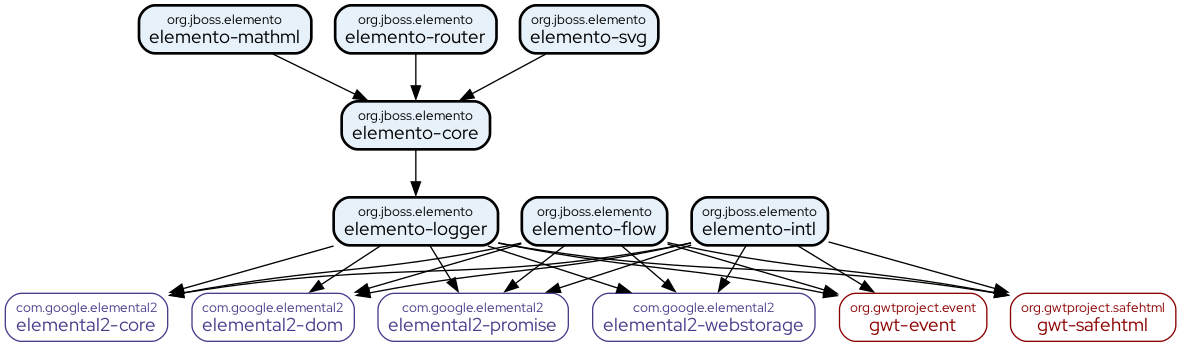
The Graphviz diagram dependency-graph.png in hal/elemento, before a commit. Its source is kept beside it as dependency-graph.dot.
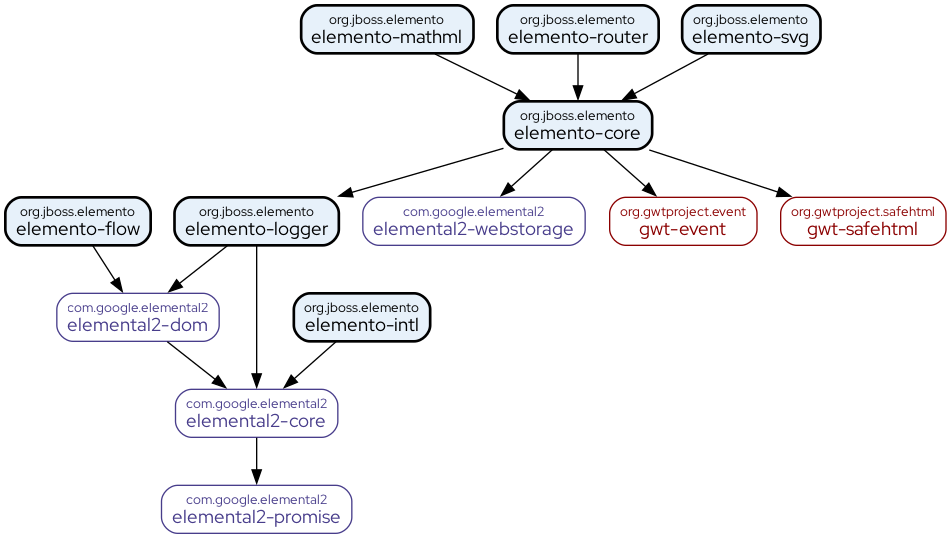
The same diagram one commit later.

Change to the diagram source:
```diff
@@ -3,39 +3,30 @@
   node [shape="box",style="rounded",fontname="Helvetica",fontsize="14"]
   edge [fontsize="10",fontname="Helvetica"]
 
+  "com.google.elemental2:elemental2-core:compile"[shape="box",style="rounded",color="darkslateblue",fontname="Red Hat Display",fontsize="14",fontcolor="darkslateblue",label=<<font point-size="10">com.google.elemental2</font><br/>elemental2-core>]
+  "com.google.elemental2:elemental2-promise:compile"[shape="box",style="rounded",color="darkslateblue",fontname="Red Hat Display",fontsize="14",fontcolor="darkslateblue",label=<<font point-size="10">com.google.elemental2</font><br/>elemental2-promise>]
   "org.jboss.elemento:elemento-logger:compile"[shape="box",style="filled,bold,rounded",fillcolor="#E7F1FA",fontname="Red Hat Display",fontsize="14",label=<<font point-size="10">org.jboss.elemento</font><br/>elemento-logger>]
-  "com.google.elemental2:elemental2-core:compile"[shape="box",style="rounded",color="darkslateblue",fontname="Red Hat Display",fontsize="14",fontcolor="darkslateblue",label=<<font point-size="10">com.google.elemental2</font><br/>elemental2-core>]
   "com.google.elemental2:elemental2-dom:compile"[shape="box",style="rounded",color="darkslateblue",fontname="Red Hat Display",fontsize="14",fontcolor="darkslateblue",label=<<font point-size="10">com.google.elemental2</font><br/>elemental2-dom>]
-  "com.google.elemental2:elemental2-promise:compile"[shape="box",style="rounded",color="darkslateblue",fontname="Red Hat Display",fontsize="14",fontcolor="darkslateblue",label=<<font point-size="10">com.google.elemental2</font><br/>elemental2-promise>]
+  "org.jboss.elemento:elemento-core:compile"[shape="box",style="filled,bold,rounded",fillcolor="#E7F1FA",fontname="Red Hat Display",fontsize="14",label=<<font point-size="10">org.jboss.elemento</font><br/>elemento-core>]
   "com.google.elemental2:elemental2-webstorage:compile"[shape="box",style="rounded",color="darkslateblue",fontname="Red Hat Display",fontsize="14",fontcolor="darkslateblue",label=<<font point-size="10">com.google.elemental2</font><br/>elemental2-webstorage>]
   "org.gwtproject.event:gwt-event:compile"[shape="box",style="rounded",color="darkred",fontname="Red Hat Display",fontsize="14",fontcolor="darkred",label=<<font point-size="10">org.gwtproject.event</font><br/>gwt-event>]
   "org.gwtproject.safehtml:gwt-safehtml:compile"[shape="box",style="rounded",color="darkred",fontname="Red Hat Display",fontsize="14",fontcolor="darkred",label=<<font point-size="10">org.gwtproject.safehtml</font><br/>gwt-safehtml>]
-  "org.jboss.elemento:elemento-core:compile"[shape="box",style="filled,bold,rounded",fillcolor="#E7F1FA",fontname="Red Hat Display",fontsize="14",label=<<font point-size="10">org.jboss.elemento</font><br/>elemento-core>]
   "org.jboss.elemento:elemento-flow:compile"[shape="box",style="filled,bold,rounded",fillcolor="#E7F1FA",fontname="Red Hat Display",fontsize="14",label=<<font point-size="10">org.jboss.elemento</font><br/>elemento-flow>]
   "org.jboss.elemento:elemento-intl:compile"[shape="box",style="filled,bold,rounded",fillcolor="#E7F1FA",fontname="Red Hat Display",fontsize="14",label=<<font point-size="10">org.jboss.elemento</font><br/>elemento-intl>]
   "org.jboss.elemento:elemento-mathml:compile"[shape="box",style="filled,bold,rounded",fillcolor="#E7F1FA",fontname="Red Hat Display",fontsize="14",label=<<font point-size="10">org.jboss.elemento</font><br/>elemento-mathml>]
   "org.jboss.elemento:elemento-router:compile"[shape="box",style="filled,bold,rounded",fillcolor="#E7F1FA",fontname="Red Hat Display",fontsize="14",label=<<font point-size="10">org.jboss.elemento</font><br/>elemento-router>]
   "org.jboss.elemento:elemento-svg:compile"[shape="box",style="filled,bold,rounded",fillcolor="#E7F1FA",fontname="Red Hat Display",fontsize="14",label=<<font point-size="10">org.jboss.elemento</font><br/>elemento-svg>]
 
+  "com.google.elemental2:elemental2-core:compile" -> "com.google.elemental2:elemental2-promise:compile"
   "org.jboss.elemento:elemento-logger:compile" -> "com.google.elemental2:elemental2-core:compile"
   "org.jboss.elemento:elemento-logger:compile" -> "com.google.elemental2:elemental2-dom:compile"
-  "org.jboss.elemento:elemento-logger:compile" -> "com.google.elemental2:elemental2-promise:compile"
-  "org.jboss.elemento:elemento-logger:compile" -> "com.google.elemental2:elemental2-webstorage:compile"
-  "org.jboss.elemento:elemento-logger:compile" -> "org.gwtproject.event:gwt-event:compile"
-  "org.jboss.elemento:elemento-logger:compile" -> "org.gwtproject.safehtml:gwt-safehtml:compile"
   "org.jboss.elemento:elemento-core:compile" -> "org.jboss.elemento:elemento-logger:compile"
-  "org.jboss.elemento:elemento-flow:compile" -> "com.google.elemental2:elemental2-core:compile"
+  "org.jboss.elemento:elemento-core:compile" -> "com.google.elemental2:elemental2-webstorage:compile"
+  "org.jboss.elemento:elemento-core:compile" -> "org.gwtproject.event:gwt-event:compile"
+  "org.jboss.elemento:elemento-core:compile" -> "org.gwtproject.safehtml:gwt-safehtml:compile"
+  "com.google.elemental2:elemental2-dom:compile" -> "com.google.elemental2:elemental2-core:compile"
   "org.jboss.elemento:elemento-flow:compile" -> "com.google.elemental2:elemental2-dom:compile"
-  "org.jboss.elemento:elemento-flow:compile" -> "com.google.elemental2:elemental2-promise:compile"
-  "org.jboss.elemento:elemento-flow:compile" -> "com.google.elemental2:elemental2-webstorage:compile"
-  "org.jboss.elemento:elemento-flow:compile" -> "org.gwtproject.event:gwt-event:compile"
-  "org.jboss.elemento:elemento-flow:compile" -> "org.gwtproject.safehtml:gwt-safehtml:compile"
   "org.jboss.elemento:elemento-intl:compile" -> "com.google.elemental2:elemental2-core:compile"
-  "org.jboss.elemento:elemento-intl:compile" -> "com.google.elemental2:elemental2-dom:compile"
-  "org.jboss.elemento:elemento-intl:compile" -> "com.google.elemental2:elemental2-promise:compile"
-  "org.jboss.elemento:elemento-intl:compile" -> "com.google.elemental2:elemental2-webstorage:compile"
-  "org.jboss.elemento:elemento-intl:compile" -> "org.gwtproject.event:gwt-event:compile"
-  "org.jboss.elemento:elemento-intl:compile" -> "org.gwtproject.safehtml:gwt-safehtml:compile"
   "org.jboss.elemento:elemento-mathml:compile" -> "org.jboss.elemento:elemento-core:compile"
   "org.jboss.elemento:elemento-router:compile" -> "org.jboss.elemento:elemento-core:compile"
   "org.jboss.elemento:elemento-svg:compile" -> "org.jboss.elemento:elemento-core:compile"
```
